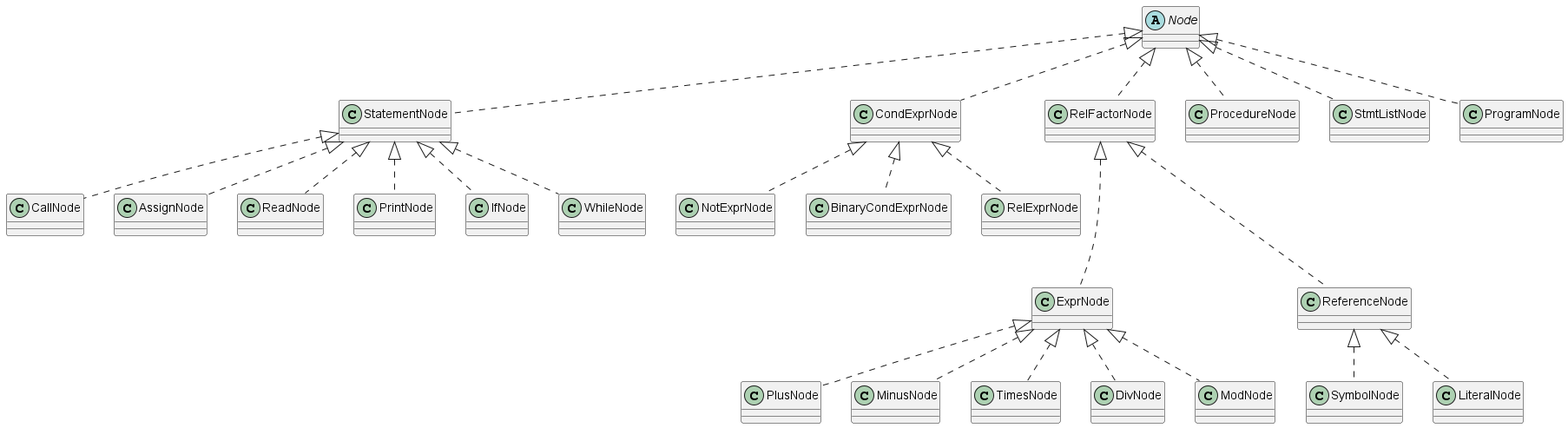
The PlantUML diagram docs/images/SPASTClassDiagram.png in mazx4960/static-analyzer, before a commit.
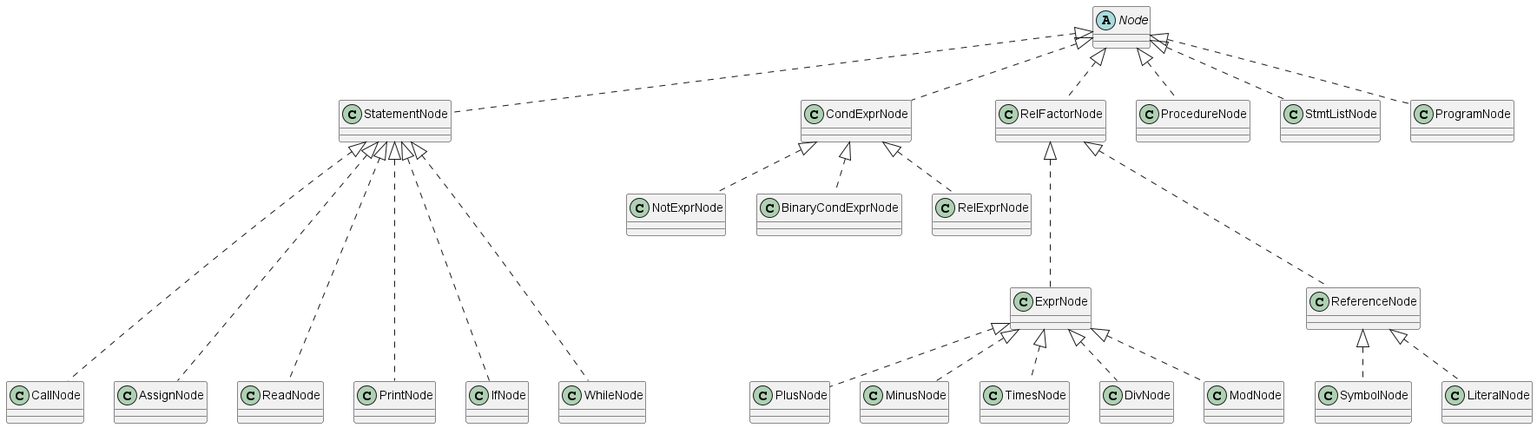
Above is the later version.

Diff of the diagram source:
```diff
@@ -34,11 +34,11 @@
 BinaryCondExprNode .up.|> CondExprNode
 RelExprNode .up.|> CondExprNode
 
-CallNode .up.|> StatementNode
-AssignNode .up.|> StatementNode
-ReadNode .up.|> StatementNode
-PrintNode .up.|> StatementNode
-IfNode .up.|> StatementNode
-WhileNode .up.|> StatementNode
+CallNode ..up..|> StatementNode
+AssignNode ..up..|> StatementNode
+ReadNode ..up..|> StatementNode
+PrintNode ..up..|> StatementNode
+IfNode ..up..|> StatementNode
+WhileNode ..up..|> StatementNode
 
 @enduml
```
